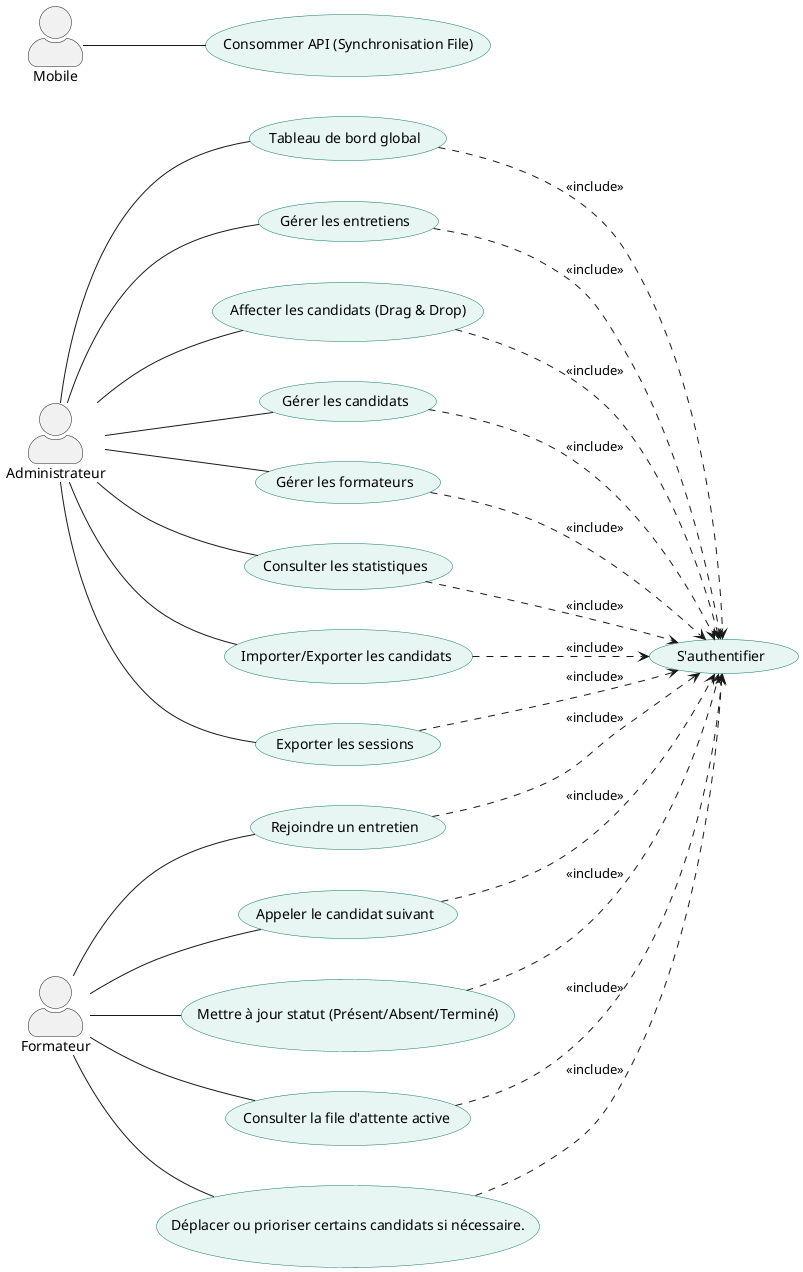
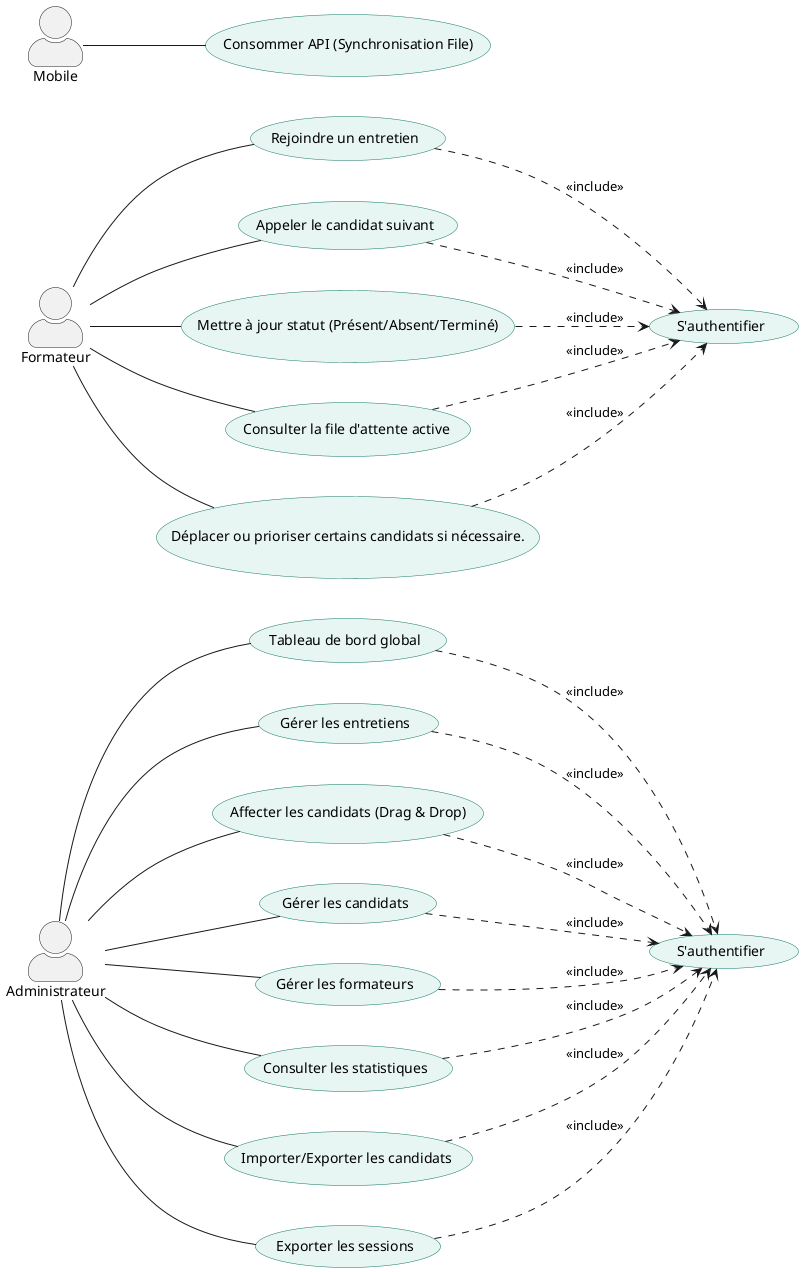
@startuml SoliQueue_UseCase_Admin
left to right direction
skinparam actorStyle awesome
skinparam shadowing false

skinparam usecase {
    BackgroundColor #E8F6F3
    BorderColor #117864
}

skinparam nodesep 40
skinparam ranksep 50

' Acteurs Web
actor "Administrateur" as Admin
actor "Formateur" as Formateur

' Acteur Mobile (Candidat)
actor "Mobile" as Mob

'=====================
' Admin Use Cases (Web)
'=====================
usecase "Tableau de bord global" as UC1
usecase "Gérer les entretiens" as UC2
usecase "Affecter les candidats (Drag & Drop)" as UC3
usecase "Gérer les candidats" as UC4
usecase "Gérer les formateurs" as UC5
usecase "Consulter les statistiques" as UC6
usecase "Importer/Exporter les candidats" as UC7
usecase "Exporter les sessions" as UC8



'=====================
' Formateur Use Cases (Web)
'=====================
usecase "Rejoindre un entretien" as UC9
usecase "Appeler le candidat suivant" as UC10
usecase "Mettre à jour statut (Présent/Absent/Terminé)" as UC11
usecase "Consulter la file d'attente active" as UC12
usecase "Déplacer ou prioriser certains candidats si nécessaire." as UC13

'=====================
' Mobile API (Candidat)
'=====================
usecase "Consommer API (Synchronisation File)" as API

'=====================
' Authentification
'=====================
usecase "S'authentifier" as Auth
+ usecase "S'authentifier" as Auth2

'=====================
' Relations Admin
'=====================
Admin -- UC1
Admin -- UC2
Admin -- UC3
Admin -- UC4
Admin -- UC5
Admin -- UC6
Admin -- UC7
Admin -- UC8

'=====================
' Relations Formateur
'=====================
Formateur -- UC9
Formateur -- UC10
Formateur -- UC11
Formateur -- UC12
Formateur -- UC13

'=====================
' Relations Mobile
'=====================
Mob -- API


'=====================
' Authentification includes
'=====================
UC1 ..> Auth : <<include>>
UC2 ..> Auth : <<include>>
UC3 ..> Auth : <<include>>
UC4 ..> Auth : <<include>>
UC5 ..> Auth : <<include>>
UC6 ..> Auth : <<include>>


UC7 ..> Auth : <<include>>
UC8 ..> Auth : <<include>>
- UC9 ..> Auth : <<include>>
- UC10 ..> Auth : <<include>>
- UC11 ..> Auth : <<include>>
- UC12 ..> Auth : <<include>>
- UC13 ..> Auth : <<include>>
+ UC9 ..> Auth2 : <<include>>
+ UC10 ..> Auth2 : <<include>>
+ UC11 ..> Auth2 : <<include>>
+ UC12 ..> Auth2 : <<include>>
+ UC13 ..> Auth2 : <<include>>

@enduml